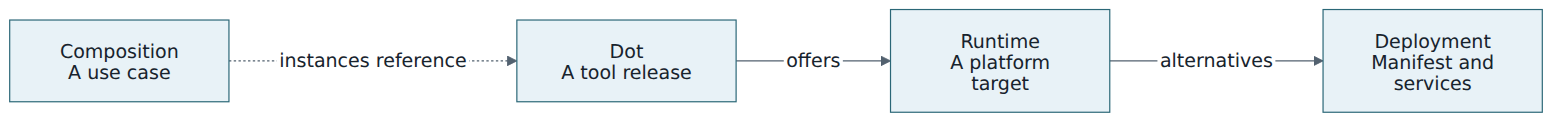
The Mermaid diagram DOT-Design/next/dot-design/_images/diagrams/tutorial-model-map.png in MARE-EU-Project/DOT-Docs, before a commit. Its source is kept beside it as DOT-Design/next/dot-design/_attachments/diagrams/tutorial-model-map.mmd.
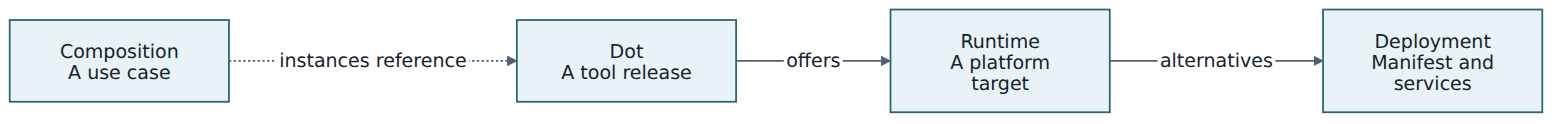
Above is the later version.

Diff of the diagram source:
```diff
@@ -1,4 +1,3 @@
-%%{init: {"themeCSS": ".edgeLabel rect { opacity: 1 !important; }"}}%%
 flowchart LR
     composition["Composition<br/>A use case"] -.->|"instances reference"| dot["Dot<br/>A tool release"]
     dot -->|"offers"| runtime["Runtime<br/>A platform target"]
```
